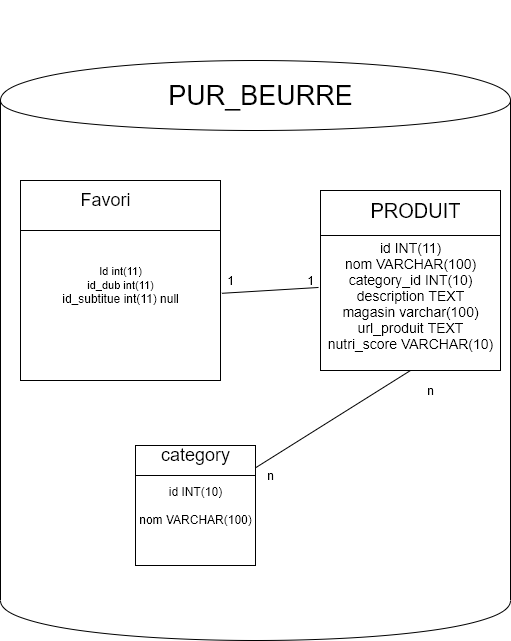
The draw.io diagram db p5.PNG in fakko77/OpenFoodFacts, before a commit. Source tidied: cells renumbered, new cells last; positions are measured from the earlier drawing's top-left corner, leaving out a move shared by most shapes.
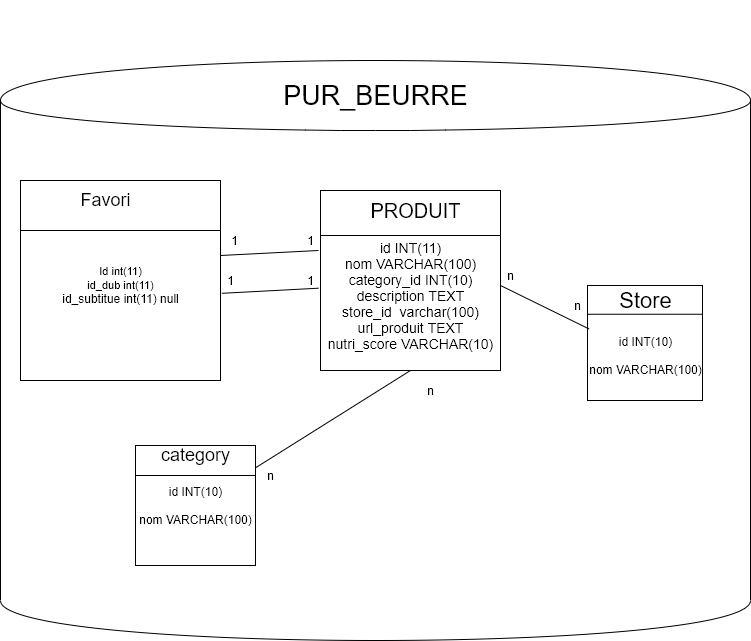
The same diagram one commit later.

The edit, as a diff of the source:
```diff
@@ -3,10 +3,10 @@
     <mxCell id="0" />
     <mxCell id="1" parent="0" />
     <mxCell id="2" style="shape=cylinder;whiteSpace=wrap;html=1;boundedLbl=1;backgroundOutline=1;" parent="1" vertex="1">
-      <mxGeometry y="60" width="510" height="580" as="geometry" />
+      <mxGeometry y="60" width="750" height="580" as="geometry" />
     </mxCell>
     <mxCell id="3" value="&lt;p style=&quot;line-height: 470% ; font-size: 27px&quot;&gt;PUR_BEURRE&lt;/p&gt;" style="text;html=1;align=center;verticalAlign=middle;" parent="1" vertex="1">
-      <mxGeometry x="160" width="200" height="190" as="geometry" />
+      <mxGeometry x="275" width="200" height="190" as="geometry" />
     </mxCell>
     <mxCell id="4" style="whiteSpace=wrap;html=1;" parent="1" vertex="1">
       <mxGeometry x="20" y="180" width="200" height="200" as="geometry" />
@@ -47,8 +47,8 @@
     <mxCell id="16" style="endArrow=none;html=1;entryX=0.5;entryY=1;entryDx=0;entryDy=0;" parent="1" edge="1" source="6" target="5">
       <mxGeometry relative="1" as="geometry" />
     </mxCell>
-    <mxCell id="17" value="&lt;font style=&quot;font-size: 14px&quot;&gt;id INT(11)&lt;br&gt;nom VARCHAR(100)&lt;br&gt;category_id INT(10)&lt;br&gt;description TEXT&lt;br&gt;magasin varchar(100)&lt;br&gt;url_produit TEXT&lt;br&gt;nutri_score VARCHAR(10)&lt;/font&gt;" style="text;html=1;align=center;verticalAlign=middle;points=[];" parent="1" vertex="1">
-      <mxGeometry x="320" y="240" width="180" height="110" as="geometry" />
+    <mxCell id="17" value="&lt;font style=&quot;font-size: 14px&quot;&gt;id INT(11)&lt;br&gt;nom VARCHAR(100)&lt;br&gt;category_id INT(10)&lt;br&gt;description TEXT&lt;br&gt;store_id&amp;nbsp; varchar(100)&lt;br&gt;url_produit TEXT&lt;br&gt;nutri_score VARCHAR(10)&lt;/font&gt;" style="text;html=1;align=center;verticalAlign=middle;points=[];" parent="1" vertex="1">
+      <mxGeometry x="320" y="245" width="180" height="100" as="geometry" />
     </mxCell>
     <mxCell id="18" style="edgeStyle=orthogonalEdgeStyle;rounded=0;orthogonalLoop=1;jettySize=auto;html=1;exitX=0.5;exitY=1;exitDx=0;exitDy=0;" parent="1" edge="1" source="5" target="5">
       <mxGeometry relative="1" as="geometry" />
@@ -65,5 +65,37 @@
     <mxCell id="22" value="1" style="text;html=1;align=center;verticalAlign=middle;" parent="1" vertex="1">
       <mxGeometry x="300" y="270" width="20" height="20" as="geometry" />
     </mxCell>
+    <mxCell id="23" style="endArrow=none;html=1;exitX=1;exitY=0.375;exitDx=0;exitDy=0;exitPerimeter=0;" parent="1" edge="1" source="4">
+      <mxGeometry relative="1" as="geometry">
+        <mxPoint x="318" y="250" as="targetPoint" />
+      </mxGeometry>
+    </mxCell>
+    <mxCell id="24" value="1" style="text;html=1;align=center;verticalAlign=middle;" parent="1" vertex="1">
+      <mxGeometry x="300" y="230" width="20" height="20" as="geometry" />
+    </mxCell>
+    <mxCell id="25" value="1" style="text;html=1;align=center;verticalAlign=middle;" parent="1" vertex="1">
+      <mxGeometry x="224" y="230" width="20" height="20" as="geometry" />
+    </mxCell>
+    <mxCell id="26" style="whiteSpace=wrap;html=1;" parent="1" vertex="1">
+      <mxGeometry x="587" y="285" width="115" height="115" as="geometry" />
+    </mxCell>
+    <mxCell id="27" value="&lt;span style=&quot;font-size: 22px&quot;&gt;Store&lt;/span&gt;" style="text;html=1;align=center;verticalAlign=middle;" parent="1" vertex="1">
+      <mxGeometry x="609.5" y="290" width="70" height="20" as="geometry" />
+    </mxCell>
+    <mxCell id="28" value="&lt;font style=&quot;font-size: 12px&quot;&gt;id INT(10)&lt;br&gt;&lt;br&gt;nom VARCHAR(100)&lt;/font&gt;" style="text;html=1;align=center;verticalAlign=middle;points=[];" parent="1" vertex="1">
+      <mxGeometry x="579.5" y="330" width="130" height="50" as="geometry" />
+    </mxCell>
+    <mxCell id="29" style="endArrow=none;html=1;entryX=1;entryY=0.25;entryDx=0;entryDy=0;exitX=0;exitY=0.25;exitDx=0;exitDy=0;" parent="1" edge="1" source="26" target="26">
+      <mxGeometry relative="1" as="geometry" />
+    </mxCell>
+    <mxCell id="30" style="endArrow=none;html=1;entryX=1;entryY=0.4;entryDx=0;entryDy=0;entryPerimeter=0;exitX=0.069;exitY=-0.032;exitDx=0;exitDy=0;exitPerimeter=0;" parent="1" edge="1" source="28" target="17">
+      <mxGeometry relative="1" as="geometry" />
+    </mxCell>
+    <mxCell id="31" value="n" style="text;html=1;align=center;verticalAlign=middle;" parent="1" vertex="1">
+      <mxGeometry x="500" y="265" width="20" height="20" as="geometry" />
+    </mxCell>
+    <mxCell id="32" value="n" style="text;html=1;align=center;verticalAlign=middle;" parent="1" vertex="1">
+      <mxGeometry x="567" y="295" width="20" height="20" as="geometry" />
+    </mxCell>
   </root>
 </mxGraphModel>
```
